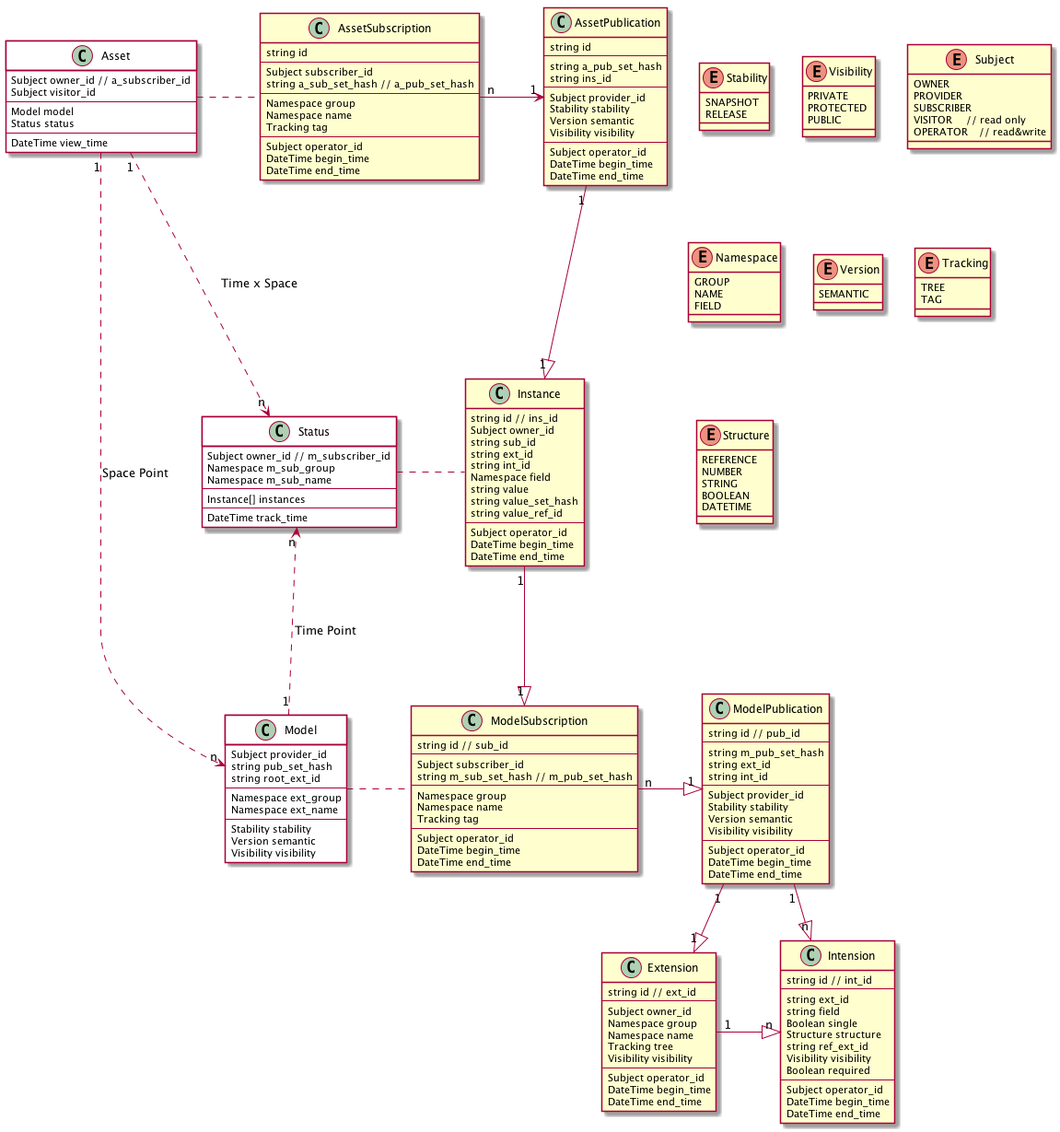
Earlier version of the PlantUML export kiimate.png (SINeWang/kiimate). Its source is kept beside it as kiimate.puml.
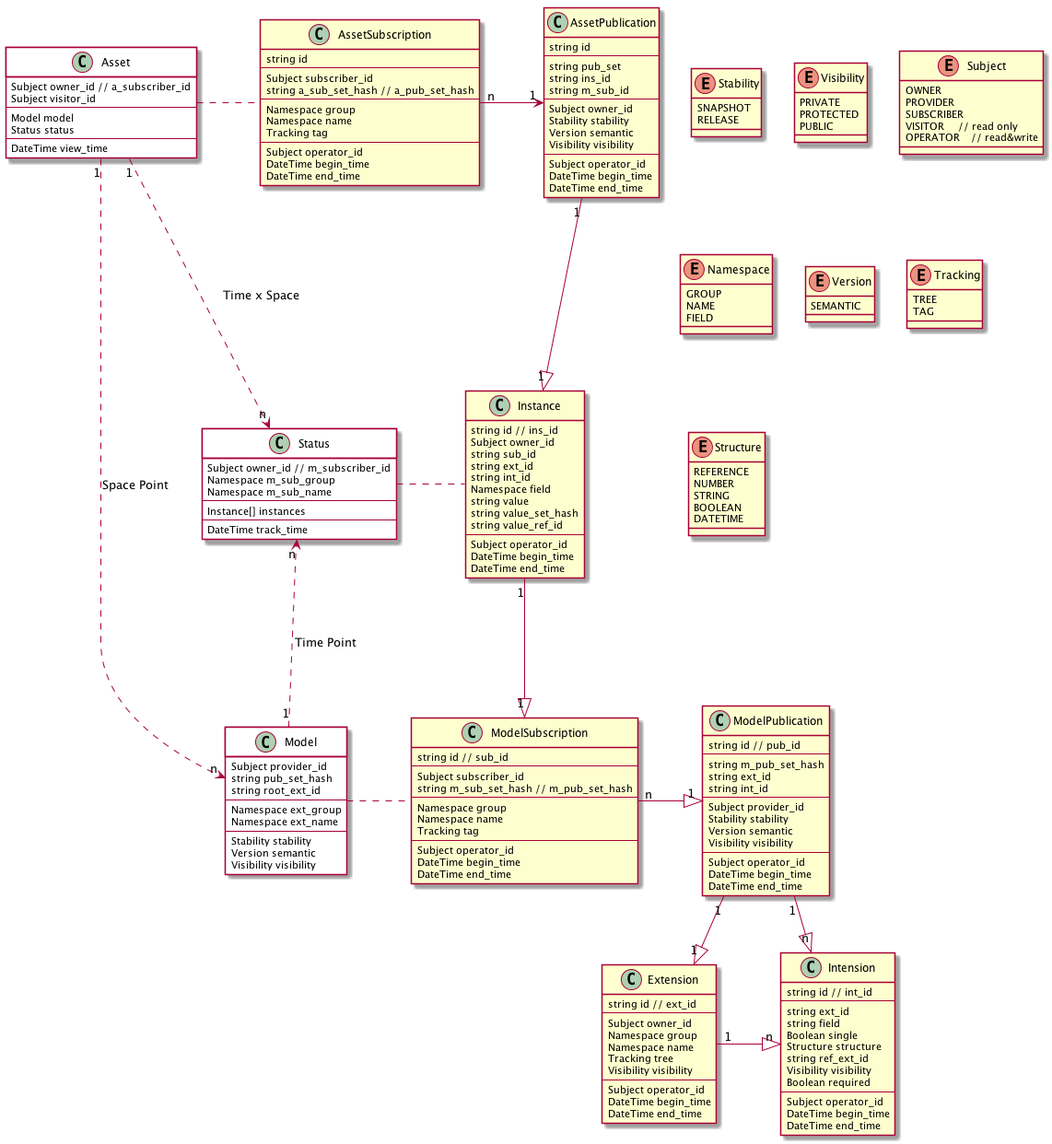
Later version of the same file.

What changed in the source:
```diff
@@ -79,10 +79,11 @@
 class AssetPublication{
     string id
     ---
-    string a_pub_set_hash
+    string pub_set
     string ins_id
+    string m_sub_id
     ---
-    Subject provider_id
+    Subject owner_id
     Stability stability
     Version semantic
     Visibility visibility
```
